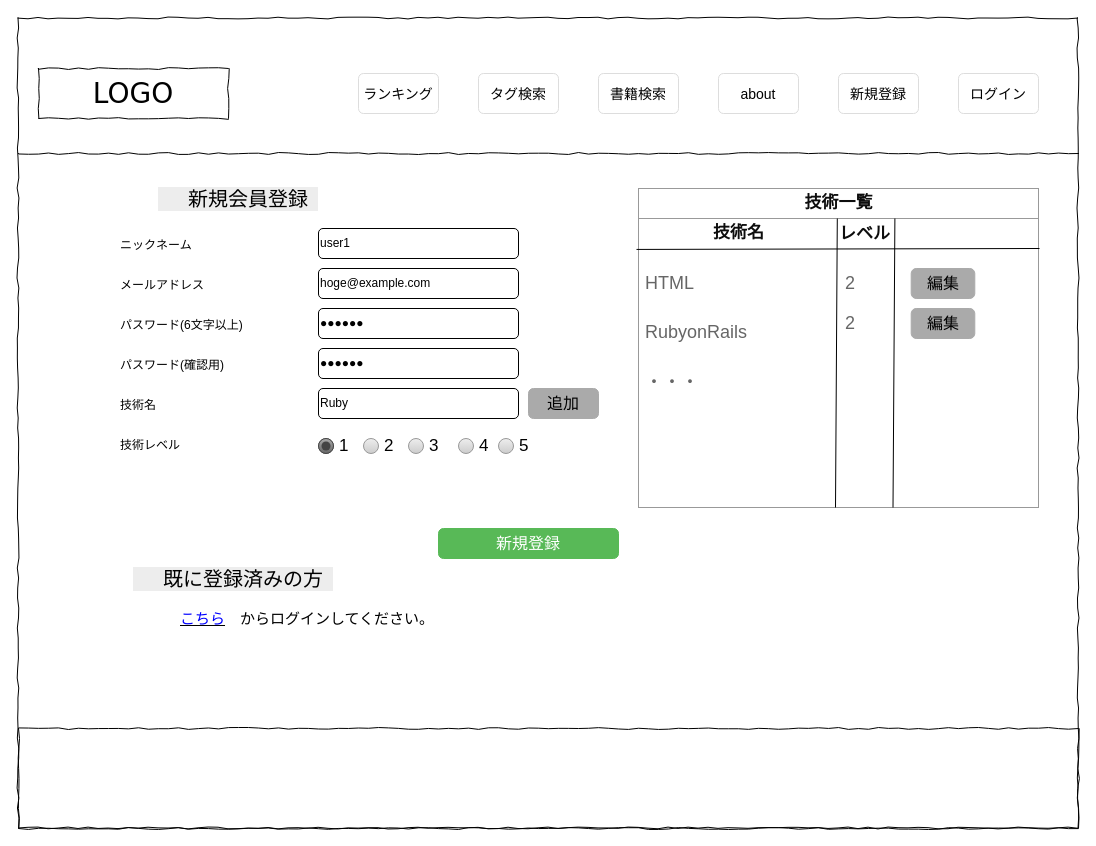
The draw.io diagram page "会員登録" (5 of 22) of wire_TechnicalBookReviewers_user.drawio in MitsuruYako/TechnicalBookReviewers, before the edit. Source tidied: cells renumbered, new cells numbered last; positions are measured from the earlier drawing's top-left corner, leaving out a move shared by most shapes. Both pictures are drawn from the tidied source at 100%, with x=0, y=0 at pixel (18, 18).
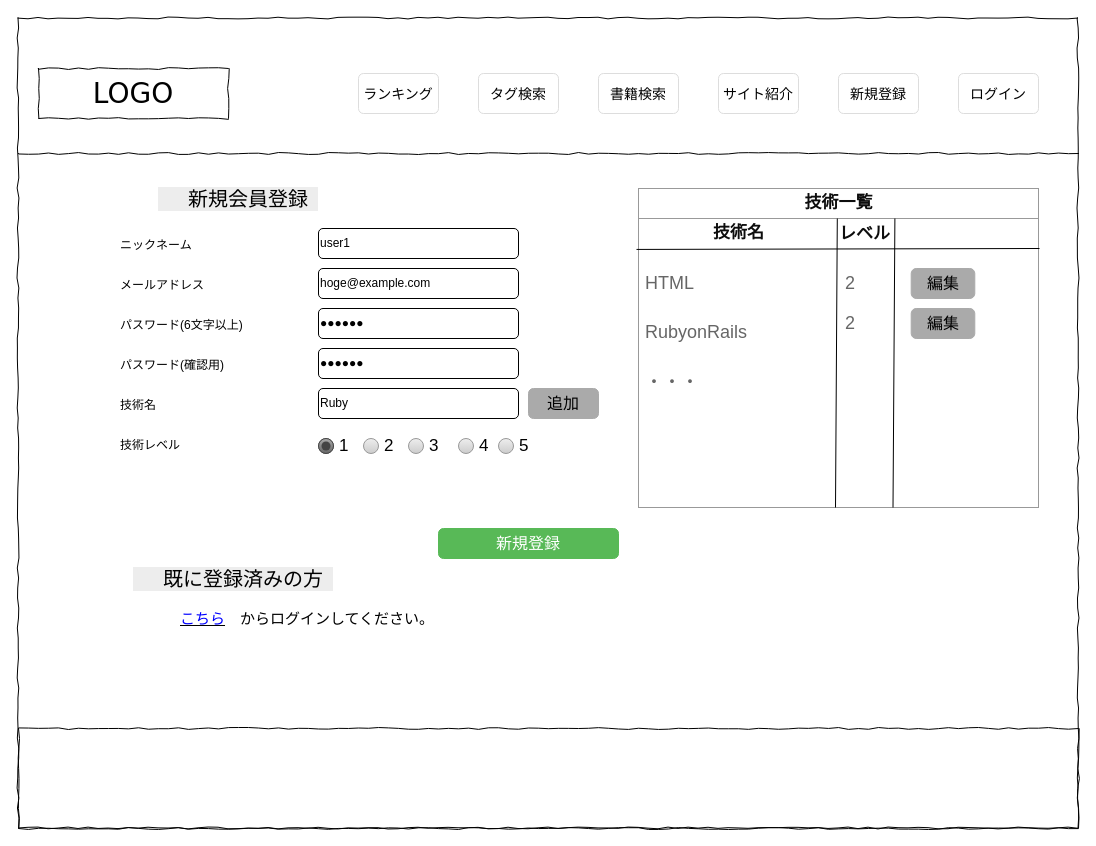
Above is the later version.

What changed in the source:
```diff
@@
-    <mxCell id="45" value="&lt;span style=&quot;font-size: 14px&quot;&gt;about&lt;/span&gt;" style="html=1;shadow=0;dashed=0;shape=mxgraph.bootstrap.rrect;rSize=5;strokeColor=#dddddd;align=center;fontSize=16;whiteSpace=wrap;fillColor=#FFFFFF;" parent="1" vertex="1">
+    <mxCell id="45" value="&lt;span style=&quot;font-size: 14px&quot;&gt;サイト紹介&lt;/span&gt;" style="html=1;shadow=0;dashed=0;shape=mxgraph.bootstrap.rrect;rSize=5;strokeColor=#dddddd;align=center;fontSize=16;whiteSpace=wrap;fillColor=#FFFFFF;" parent="1" vertex="1">
       <mxGeometry x="700" y="55" width="80" height="40" as="geometry" />
     </mxCell>
```
